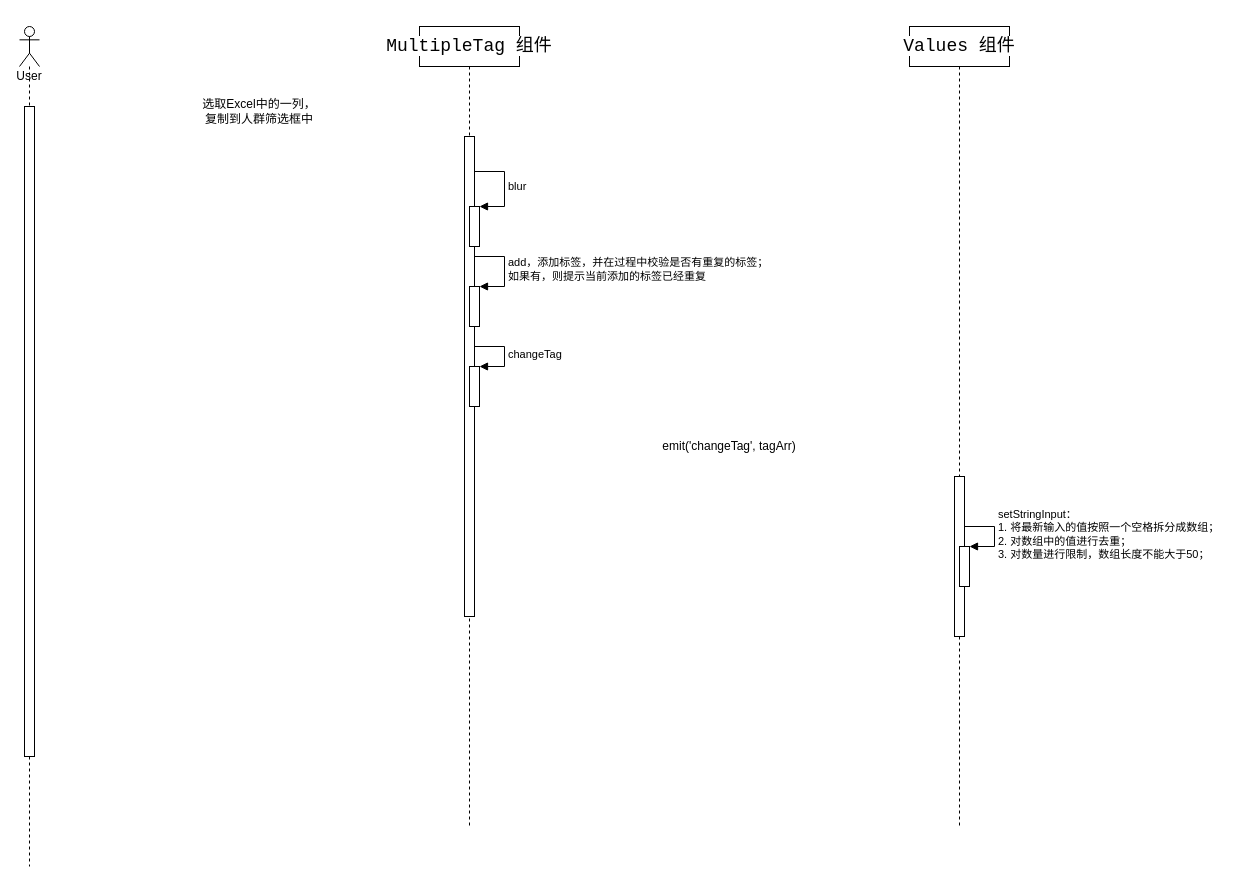
The draw.io diagram source/人群筛选条件框批量粘贴.drawio in Mr-xzq/drawio, before the edit. Source tidied: cells renumbered, new cells numbered last; positions are measured from the earlier drawing's top-left corner, leaving out a move shared by most shapes. Both pictures are drawn from the tidied source at 100%, with x=0, y=0 at pixel (19, 26).
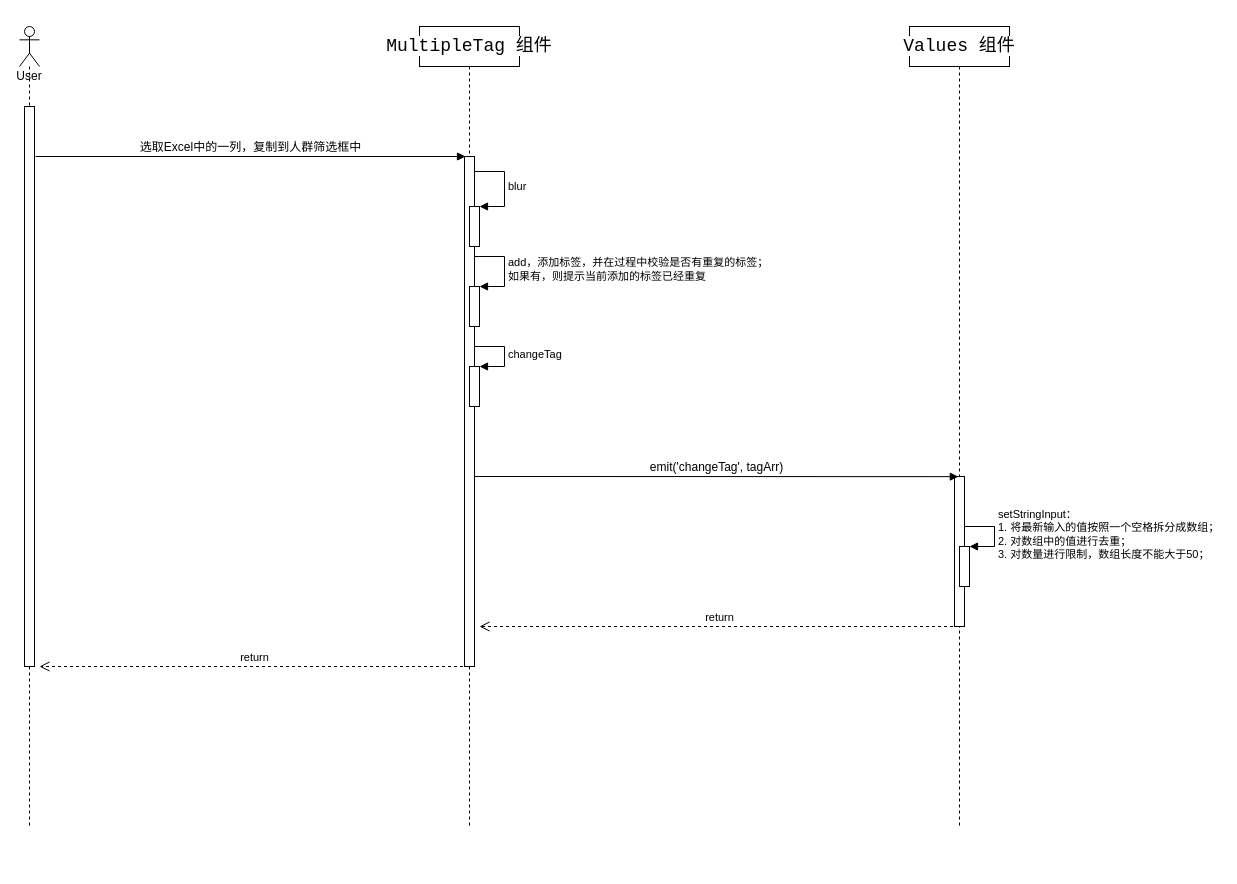
Above is the later version.

Commit message (it also covers changes not shown here):
更新人群筛选条件框批量粘贴.drawio

The change refers to these unchanged cells:
```xml
<mxCell id="4" value="&lt;pre style=&quot;font-family: &amp;quot;JetBrains Mono&amp;quot;, monospace; font-size: 13.5pt;&quot;&gt;&lt;span style=&quot;background-color: rgb(255, 255, 255);&quot;&gt;MultipleTag 组件&lt;/span&gt;&lt;/pre&gt;" style="shape=umlLifeline;perimeter=lifelinePerimeter;whiteSpace=wrap;html=1;" parent="1" vertex="1">
  <mxGeometry x="400" width="100" height="800" as="geometry" />
</mxCell>
<mxCell id="12" value="&lt;pre style=&quot;font-family: &amp;quot;JetBrains Mono&amp;quot;, monospace; font-size: 13.5pt;&quot;&gt;&lt;span style=&quot;background-color: rgb(255, 255, 255);&quot;&gt;Values 组件&lt;/span&gt;&lt;/pre&gt;" style="shape=umlLifeline;perimeter=lifelinePerimeter;whiteSpace=wrap;html=1;outlineConnect=0;" parent="1" vertex="1">
  <mxGeometry x="890" width="100" height="800" as="geometry" />
</mxCell>
```

What changed in the source:
```diff
@@
     <mxCell id="2" value="User" style="shape=umlLifeline;participant=umlActor;perimeter=lifelinePerimeter;whiteSpace=wrap;html=1;verticalAlign=top;spacingTop=36;" parent="1" vertex="1">
-      <mxGeometry width="20" height="840" as="geometry" />
+      <mxGeometry width="20" height="800" as="geometry" />
     </mxCell>
     <mxCell id="3" style="perimeter=orthogonalPerimeter;rounded=0;shadow=0;strokeWidth=1;" parent="2" vertex="1">
-      <mxGeometry x="5" y="80" width="10" height="650" as="geometry" />
+      <mxGeometry x="5" y="80" width="10" height="560" as="geometry" />
     </mxCell>
@@
     <mxCell id="5" style="html=1;perimeter=orthogonalPerimeter;labelBackgroundColor=#FFFFFF;fontColor=#000000;" parent="4" vertex="1">
-      <mxGeometry x="45" y="110" width="10" height="480" as="geometry" />
+      <mxGeometry x="45" y="130" width="10" height="510" as="geometry" />
     </mxCell>
@@
     <mxCell id="13" style="html=1;points=[];perimeter=orthogonalPerimeter;labelBackgroundColor=#FFFFFF;fontColor=#000000;" parent="12" vertex="1">
-      <mxGeometry x="45" y="450" width="10" height="160" as="geometry" />
+      <mxGeometry x="45" y="450" width="10" height="150" as="geometry" />
     </mxCell>
@@
+    <mxCell id="17" value="&lt;span style=&quot;font-size: 12px;&quot;&gt;emit('changeTag', tagArr)&lt;/span&gt;" style="html=1;verticalAlign=bottom;endArrow=block;rounded=0;labelBackgroundColor=#FFFFFF;fontColor=#000000;entryX=0.38;entryY=0.001;entryDx=0;entryDy=0;entryPerimeter=0;" parent="12" edge="1" target="13">
+      <mxGeometry relative="1" as="geometry">
+        <mxPoint x="-435" y="450" as="sourcePoint" />
+      </mxGeometry>
+    </mxCell>
+    <mxCell id="18" value="return" style="html=1;verticalAlign=bottom;endArrow=open;dashed=1;endSize=8;rounded=0;labelBackgroundColor=#FFFFFF;fontColor=#000000;" parent="1" edge="1" source="12">
+      <mxGeometry relative="1" as="geometry">
+        <mxPoint x="460" y="600" as="targetPoint" />
+        <Array as="points">
+          <mxPoint x="690" y="600" />
+        </Array>
+      </mxGeometry>
+    </mxCell>
+    <mxCell id="19" value="return" style="html=1;verticalAlign=bottom;endArrow=open;dashed=1;endSize=8;rounded=0;labelBackgroundColor=#FFFFFF;fontColor=#000000;" parent="1" edge="1">
+      <mxGeometry relative="1" as="geometry">
+        <mxPoint x="449.5" y="640" as="sourcePoint" />
+        <mxPoint x="20" y="640" as="targetPoint" />
+        <Array as="points">
+          <mxPoint x="200" y="640" />
+        </Array>
+      </mxGeometry>
+    </mxCell>
-    <mxCell id="16" value="选取Excel中的一列，复制到人群筛选框中" style="text;html=1;strokeColor=none;fillColor=none;align=center;verticalAlign=middle;whiteSpace=wrap;rounded=0;labelBackgroundColor=#FFFFFF;fontColor=#000000;" parent="1" vertex="1">
-      <mxGeometry x="180" y="70" width="120" height="30" as="geometry" />
+    <mxCell id="16" value="&lt;span style=&quot;font-size: 12px;&quot;&gt;选取Excel中的一列，复制到人群筛选框中&lt;/span&gt;" style="html=1;verticalAlign=bottom;endArrow=block;rounded=0;labelBackgroundColor=#FFFFFF;fontColor=#000000;" parent="1" edge="1">
+      <mxGeometry relative="1" as="geometry">
+        <mxPoint x="16" y="130" as="sourcePoint" />
+        <mxPoint x="446" y="130" as="targetPoint" />
+      </mxGeometry>
     </mxCell>
-    <mxCell id="17" value="emit('changeTag', tagArr)" style="text;html=1;strokeColor=none;fillColor=none;align=center;verticalAlign=middle;whiteSpace=wrap;rounded=0;labelBackgroundColor=#FFFFFF;fontColor=#000000;" parent="1" vertex="1">
-      <mxGeometry x="640" y="405" width="140" height="30" as="geometry" />
-    </mxCell>
```
